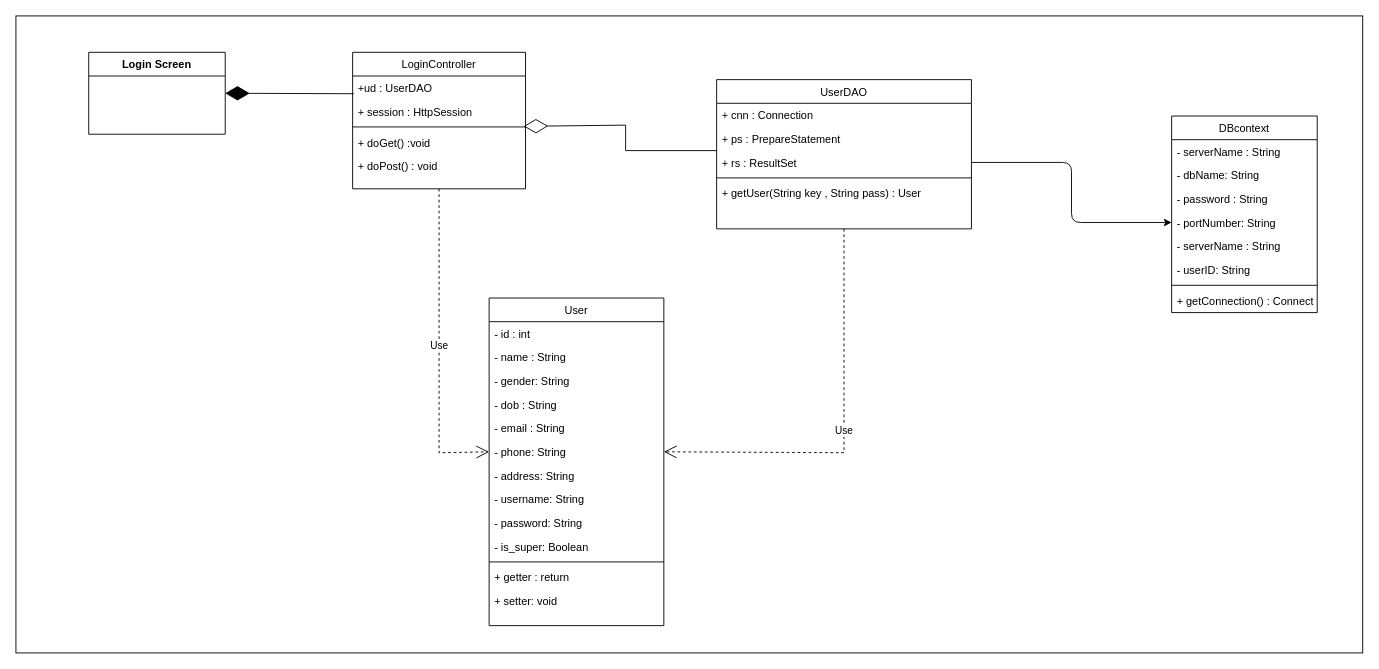
Before: page "login 1" (1 of 6) of te1.drawio in baspdd/desktop-tutorial, a draw.io diagram. Source tidied: cells renumbered, new cells numbered last; positions are measured from the earlier drawing's top-left corner, leaving out a move shared by most shapes. Both pictures are drawn from the tidied source at 91%, with x=0, y=0 at pixel (15, 15).
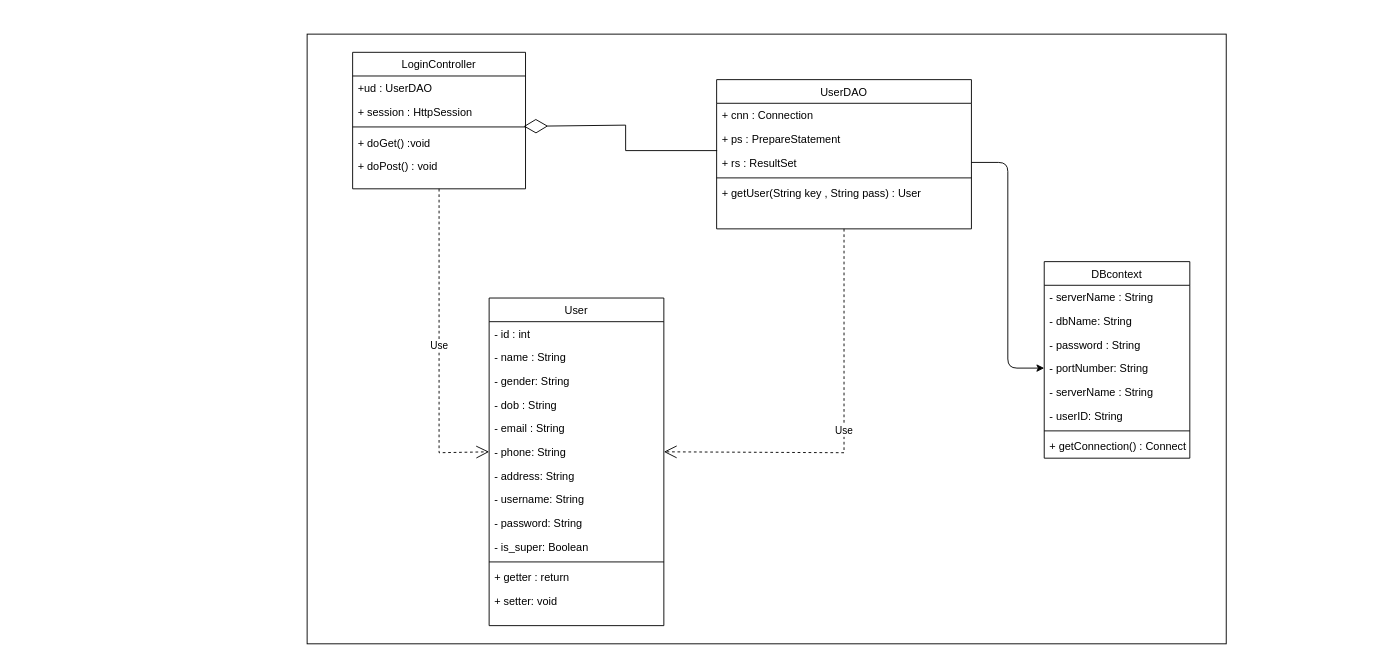
The same page after the edit.

The change refers to these unchanged cells:
```xml
<mxCell id="35" value="+ud : UserDAO" style="text;align=left;verticalAlign=top;spacingLeft=4;spacingRight=4;overflow=hidden;points=[[0,0.5],[1,0.5]];portConstraint=eastwest;" parent="34" vertex="1">
  <mxGeometry y="26" width="190" height="26" as="geometry" />
</mxCell>
```

Diff of the diagram source:
```diff
@@
     <mxCell id="2" style="rounded=0;whiteSpace=wrap;html=1;fontColor=none;fillColor=default;" parent="1" vertex="1">
-      <mxGeometry width="1480" height="700" as="geometry" />
+      <mxGeometry x="320" y="20" width="1010" height="670" as="geometry" />
     </mxCell>
@@
     <mxCell id="9" value="DBcontext" style="swimlane;fontStyle=0;align=center;verticalAlign=top;horizontal=1;startSize=26;rounded=0;shadow=0;strokeWidth=1;" parent="1" vertex="1">
-      <mxGeometry x="1270" y="110" width="160" height="216" as="geometry" />
+      <mxGeometry x="1130" y="270" width="160" height="216" as="geometry" />
     </mxCell>
@@
-    <mxCell id="33" value="Login Screen" style="swimlane;fontStyle=1;align=center;verticalAlign=top;horizontal=1;startSize=26;rounded=0;shadow=0;strokeWidth=1;" parent="1" vertex="1">
-      <mxGeometry x="80" y="40" width="150" height="90" as="geometry" />
-    </mxCell>
@@
-    <mxCell id="41" style="endArrow=diamondThin;endFill=1;endSize=24;html=1;rounded=0;entryX=1;entryY=0.5;entryDx=0;entryDy=0;exitX=0.007;exitY=0.75;exitDx=0;exitDy=0;exitPerimeter=0;" parent="1" edge="1" source="35" target="33">
-      <mxGeometry relative="1" as="geometry" />
-    </mxCell>
```
